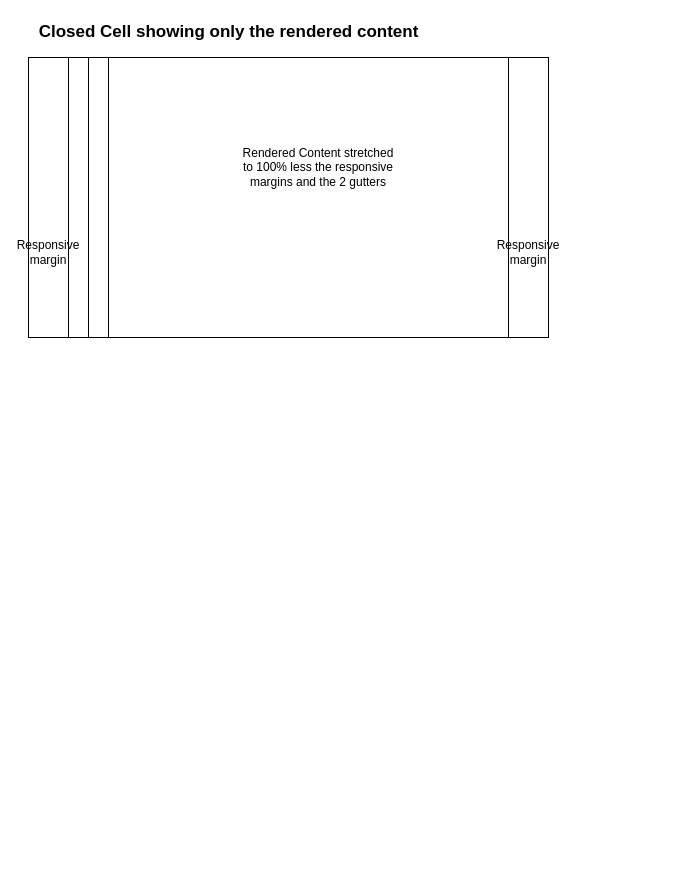
graeme-lockley/notebook keeps this draw.io diagram as docs/Closed Cell.drawio. Above is the earlier version. Source tidied: cells renumbered, new cells numbered last; positions are measured from the earlier drawing's top-left corner, leaving out a move shared by most shapes. Both pictures are drawn from the tidied source at 100%, with x=0, y=0 at pixel (18, 17).
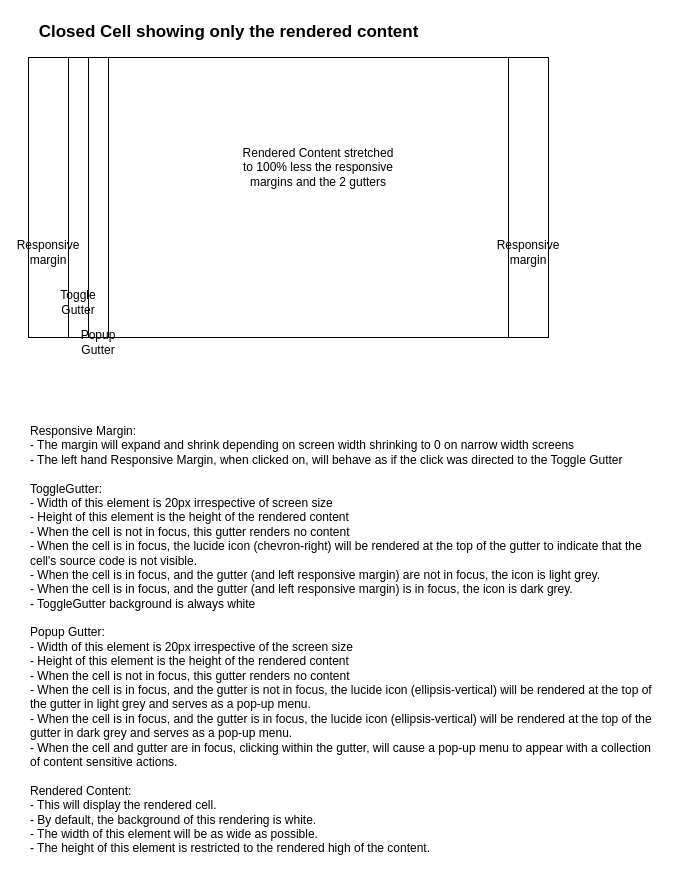
After the change.

What changed in the source:
```diff
@@
 <mxGraphModel>
   <root>
     <mxCell id="0" />
     <mxCell id="1" parent="0" />
     <mxCell id="2" style="rounded=0;whiteSpace=wrap;html=1;" parent="1" vertex="1">
       <mxGeometry x="90" y="40" width="400" height="280" as="geometry" />
     </mxCell>
     <mxCell id="3" style="rounded=0;whiteSpace=wrap;html=1;" parent="1" vertex="1">
       <mxGeometry x="70" y="40" width="20" height="280" as="geometry" />
     </mxCell>
     <mxCell id="4" style="rounded=0;whiteSpace=wrap;html=1;" parent="1" vertex="1">
       <mxGeometry x="50" y="40" width="20" height="280" as="geometry" />
     </mxCell>
     <mxCell id="5" style="rounded=0;whiteSpace=wrap;html=1;strokeColor=default;align=center;verticalAlign=middle;fontFamily=Helvetica;fontSize=12;fontColor=default;fillColor=default;" parent="1" vertex="1">
       <mxGeometry x="10" y="40" width="40" height="280" as="geometry" />
     </mxCell>
     <mxCell id="6" style="rounded=0;whiteSpace=wrap;html=1;strokeColor=default;align=center;verticalAlign=middle;fontFamily=Helvetica;fontSize=12;fontColor=default;fillColor=default;" parent="1" vertex="1">
       <mxGeometry x="490" y="40" width="40" height="280" as="geometry" />
     </mxCell>
     <mxCell id="7" value="&lt;font style=&quot;font-size: 17px;&quot;&gt;&lt;b&gt;Closed Cell showing only the rendered content&lt;/b&gt;&lt;/font&gt;" style="text;html=1;align=center;verticalAlign=middle;strokeColor=none;fillColor=none;" parent="1" vertex="1">
       <mxGeometry x="10" width="400" height="30" as="geometry" />
     </mxCell>
     <mxCell id="8" value="Responsive margin" style="text;html=1;align=center;verticalAlign=middle;whiteSpace=wrap;rounded=0;" parent="1" vertex="1">
       <mxGeometry x="480" y="220" width="60" height="30" as="geometry" />
     </mxCell>
     <mxCell id="9" value="Responsive margin" style="text;html=1;align=center;verticalAlign=middle;whiteSpace=wrap;rounded=0;" parent="1" vertex="1">
       <mxGeometry y="220" width="60" height="30" as="geometry" />
     </mxCell>
     <mxCell id="10" value="Rendered Content stretched to 100% less the responsive margins and the 2 gutters" style="text;html=1;align=center;verticalAlign=middle;whiteSpace=wrap;rounded=0;" parent="1" vertex="1">
       <mxGeometry x="220" y="100" width="160" height="100" as="geometry" />
     </mxCell>
+    <mxCell id="11" value="Toggle Gutter" style="text;html=1;align=center;verticalAlign=middle;whiteSpace=wrap;rounded=0;" parent="1" vertex="1">
+      <mxGeometry x="30" y="270" width="60" height="30" as="geometry" />
+    </mxCell>
+    <mxCell id="12" value="Popup Gutter" style="text;html=1;align=center;verticalAlign=middle;whiteSpace=wrap;rounded=0;" parent="1" vertex="1">
+      <mxGeometry x="50" y="310" width="60" height="30" as="geometry" />
+    </mxCell>
+    <mxCell id="13" value="Responsive Margin:&lt;div&gt;- The margin will expand and shrink depending on screen width shrinking to 0 on narrow width screens&lt;/div&gt;&lt;div&gt;- The left hand Responsive Margin, when clicked on, will behave as if the click was directed to the Toggle Gutter&lt;/div&gt;&lt;div&gt;&lt;br&gt;&lt;/div&gt;&lt;div&gt;ToggleGutter:&lt;/div&gt;&lt;div&gt;- Width of this element is 20px irrespective of screen size&lt;/div&gt;&lt;div&gt;- Height of this element is the height of the rendered content&lt;/div&gt;&lt;div&gt;- When the cell is not in focus, this gutter renders no content&lt;/div&gt;&lt;div&gt;- When the cell is in focus, the lucide icon (chevron-right) will be rendered at the top of the gutter to indicate that the cell's source code is not visible.&lt;/div&gt;&lt;div&gt;- When the cell is in focus, and the gutter (and left responsive margin) are not in focus, the icon is light grey.&lt;/div&gt;&lt;div&gt;- When the cell is in focus, and the gutter (and left responsive margin) is in focus, the icon is dark grey.&lt;/div&gt;&lt;div&gt;- ToggleGutter background is always white&lt;/div&gt;&lt;div&gt;&lt;br&gt;&lt;/div&gt;&lt;div&gt;Popup Gutter:&lt;/div&gt;&lt;div&gt;- Width of this element is 20px irrespective of the screen size&lt;/div&gt;&lt;div&gt;- Height of this element is the height of the rendered content&lt;/div&gt;&lt;div&gt;- When the cell is not in focus, this gutter renders no content&lt;/div&gt;&lt;div&gt;- When the cell is in focus, and the gutter is not in focus, the lucide icon (ellipsis-vertical) will be rendered at the top of the gutter in light grey and serves as a pop-up menu.&lt;/div&gt;&lt;div&gt;- When the cell is in focus, and the gutter is in focus, the lucide icon (ellipsis-vertical) will be rendered at the top of the gutter in dark grey and serves as a pop-up menu.&lt;/div&gt;&lt;div&gt;- When the cell and gutter are in focus, clicking within the gutter, will cause a pop-up menu to appear with a collection of content sensitive actions.&lt;/div&gt;&lt;div&gt;&lt;br&gt;&lt;/div&gt;&lt;div&gt;Rendered Content:&lt;/div&gt;&lt;div&gt;- This will display the rendered cell.&lt;/div&gt;&lt;div&gt;- By default, the background of this rendering is white.&lt;/div&gt;&lt;div&gt;- The width of this element will be as wide as possible.&lt;/div&gt;&lt;div&gt;- The height of this element is restricted to the rendered high of the content.&lt;/div&gt;" style="text;html=1;align=left;verticalAlign=top;whiteSpace=wrap;rounded=0;" parent="1" vertex="1">
+      <mxGeometry x="10" y="400" width="630" height="450" as="geometry" />
+    </mxCell>
   </root>
 </mxGraphModel>
```
